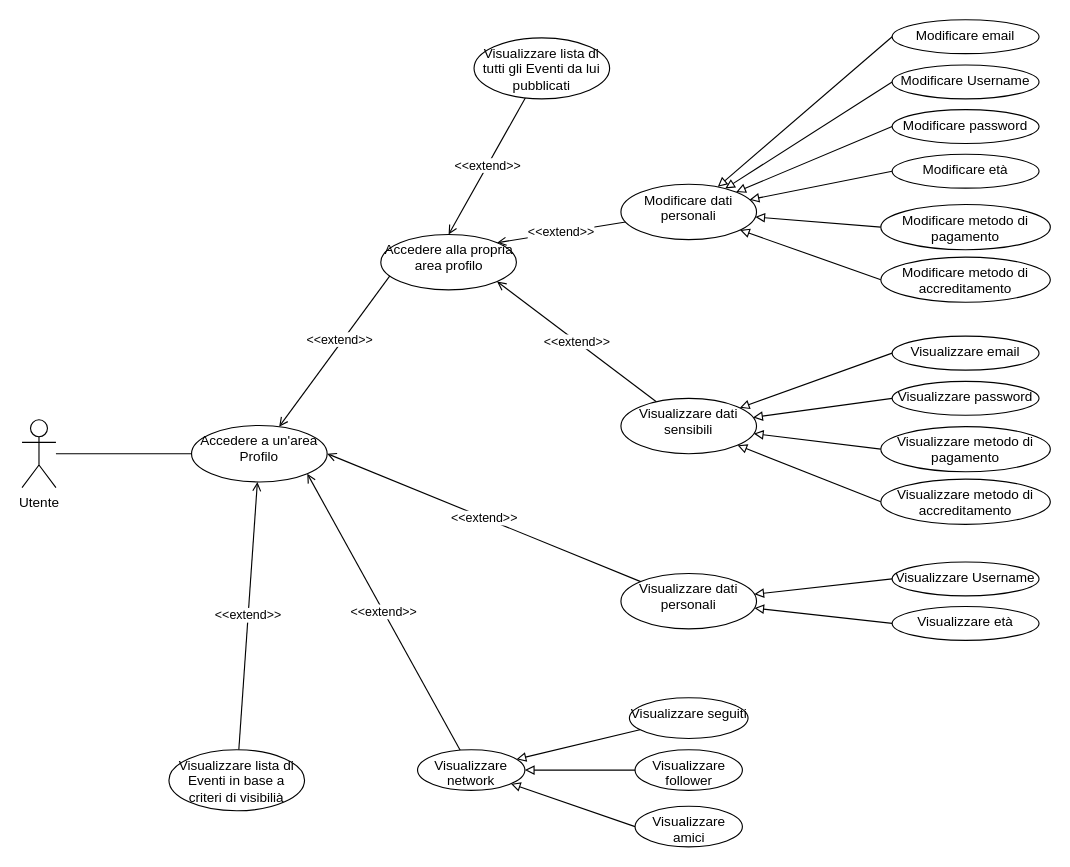
4spot-team/documentation keeps this draw.io diagram as UseCase/RF04_Profilo/Profilo.drawio. Above is the earlier version. Source tidied: cells renumbered, new cells numbered last; positions are measured from the earlier drawing's top-left corner, leaving out a move shared by most shapes. Both pictures are drawn from the tidied source at 113%, with x=0, y=0 at pixel (21, 19).
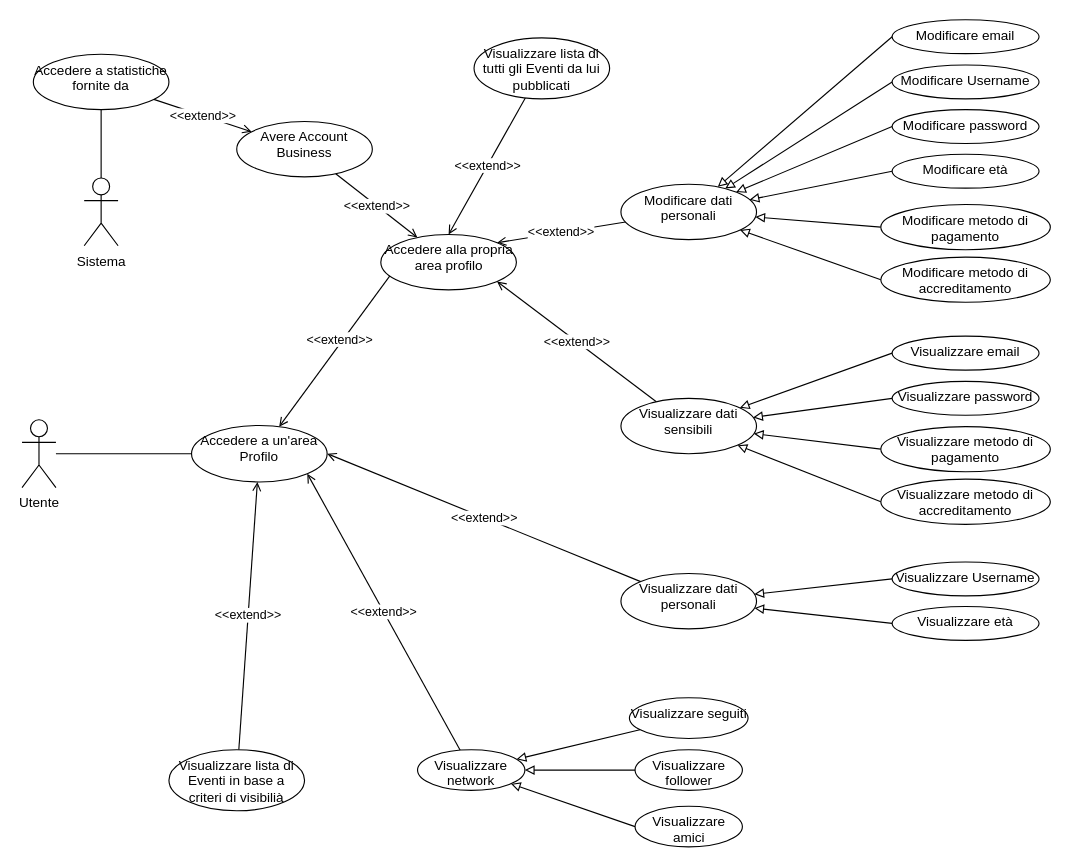
Above is the later version.

Unchanged cells that the change refers to:
```xml
<mxCell id="20" value="Accedere alla propria area profilo" style="ellipse;whiteSpace=wrap;html=1;verticalAlign=top;" parent="1" vertex="1">
  <mxGeometry x="317.5" y="190" width="120" height="49" as="geometry" />
</mxCell>
```

What changed in the source:
```diff
@@
+    <mxCell id="50" value="&amp;lt;&amp;lt;extend&amp;gt;&amp;gt;" style="rounded=0;jettySize=auto;html=1;endArrow=open;endFill=0;" parent="1" edge="1" source="52" target="20">
+      <mxGeometry relative="1" as="geometry" />
+    </mxCell>
@@
+    <mxCell id="51" value="&amp;lt;&amp;lt;extend&amp;gt;&amp;gt;" style="edgeStyle=none;rounded=0;jettySize=auto;html=1;endArrow=open;endFill=0;" parent="1" edge="1" source="54" target="52">
+      <mxGeometry relative="1" as="geometry" />
+    </mxCell>
+    <mxCell id="52" value="Avere Account Business" style="ellipse;whiteSpace=wrap;html=1;verticalAlign=top;" parent="1" vertex="1">
+      <mxGeometry x="190" y="90" width="120" height="49" as="geometry" />
+    </mxCell>
+    <mxCell id="53" style="edgeStyle=none;rounded=0;jettySize=auto;html=1;entryX=0.5;entryY=0;entryDx=0;entryDy=0;entryPerimeter=0;endArrow=none;endFill=0;" parent="1" edge="1" source="54" target="55">
+      <mxGeometry relative="1" as="geometry" />
+    </mxCell>
+    <mxCell id="54" value="Accedere a statistiche fornite da" style="ellipse;whiteSpace=wrap;html=1;verticalAlign=top;" parent="1" vertex="1">
+      <mxGeometry x="10" y="30.5" width="120" height="49" as="geometry" />
+    </mxCell>
+    <mxCell id="55" value="Sistema" style="shape=umlActor;verticalLabelPosition=bottom;verticalAlign=top;html=1;" parent="1" vertex="1">
+      <mxGeometry x="55" y="140" width="30" height="60" as="geometry" />
+    </mxCell>
```
